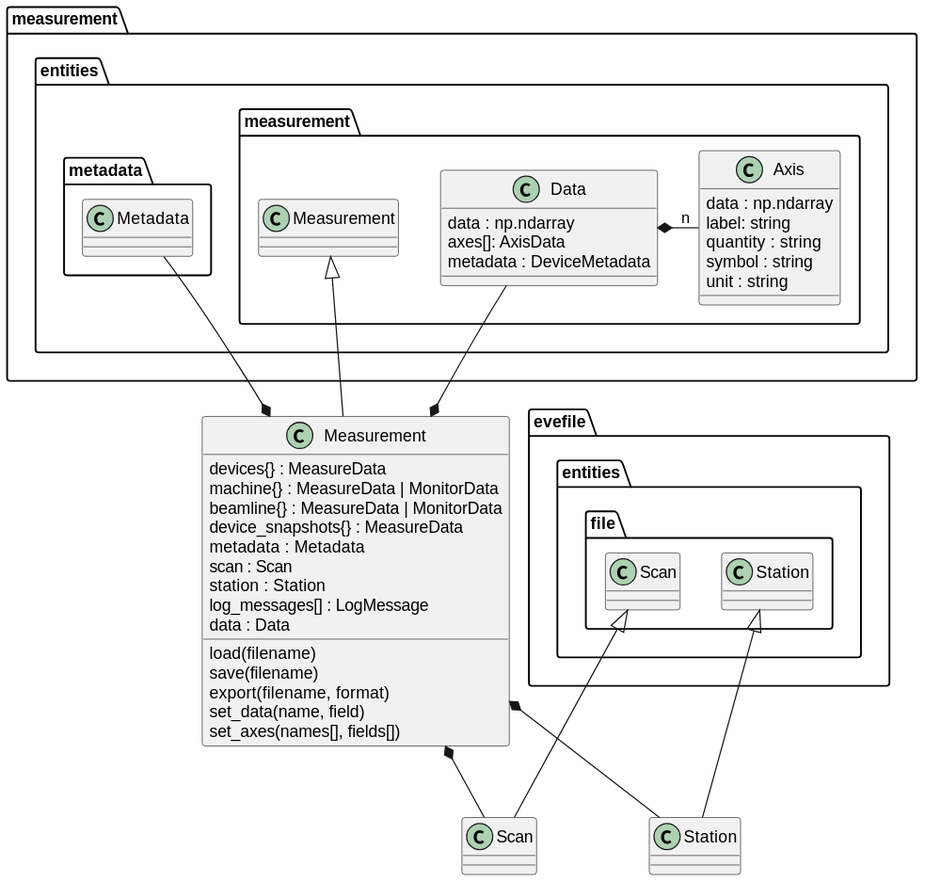
Earlier version of the PlantUML export docs/uml/evedata.measurement.boundaries.measurement.svg (tillbiskup/evedata).
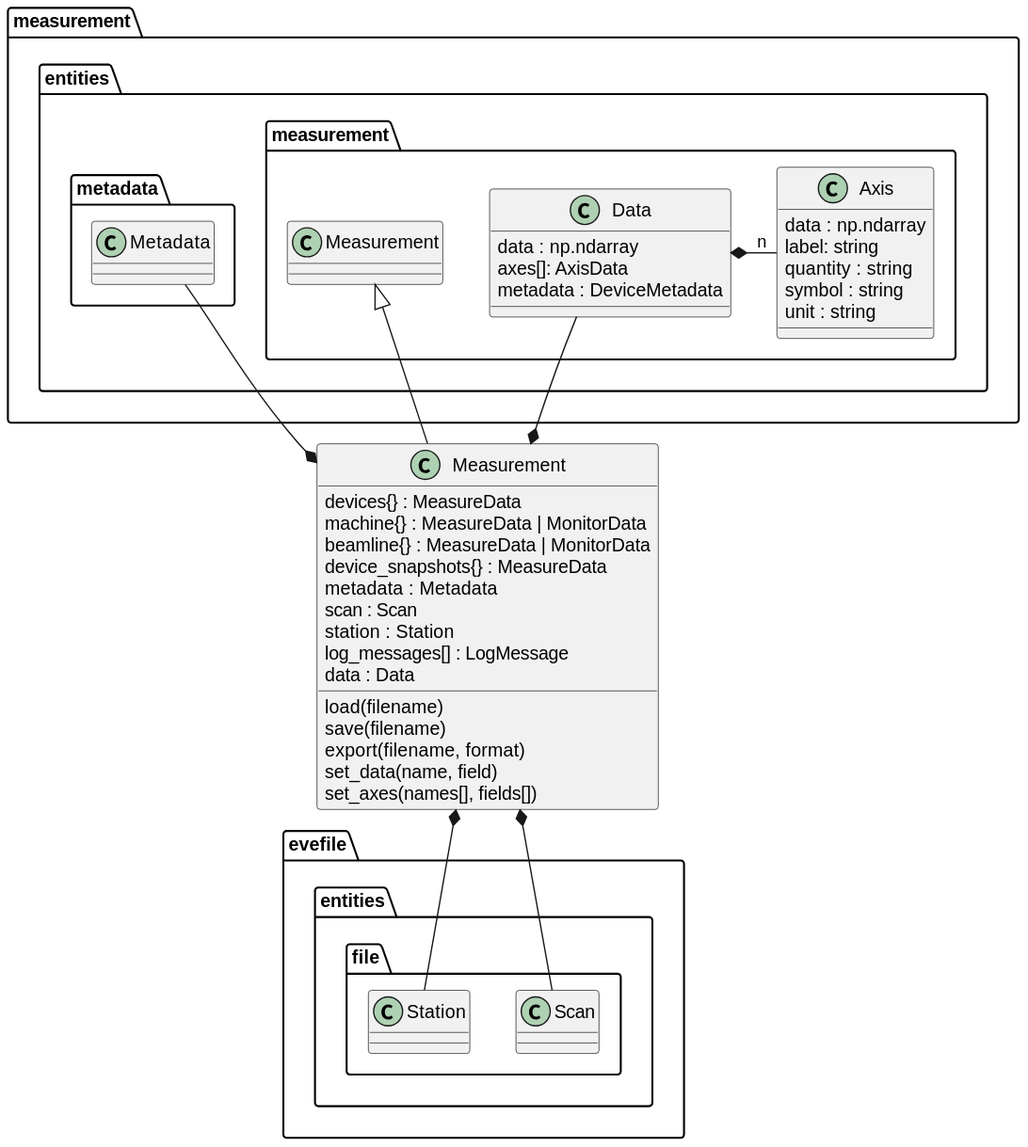
The same file after the commit.

Commit message:
Scan description is mapped to measurement

Change to the diagram source:
```diff
@@ -19,8 +19,8 @@
 }
 
 Measurement *-- measurement.entities.metadata.Metadata
-Measurement *-- Scan
-Measurement *-- Station
+Measurement *-- evefile.entities.file.Scan
+Measurement *-- evefile.entities.file.Station
 
 class evefile.entities.file.Scan {
 }
@@ -28,9 +28,6 @@
 class evefile.entities.file.Station {
 }
 
-class Scan extends evefile.entities.file.Scan
-
-class Station extends evefile.entities.file.Station
 
 class measurement.entities.measurement.Data {
     data : np.ndarray
```
